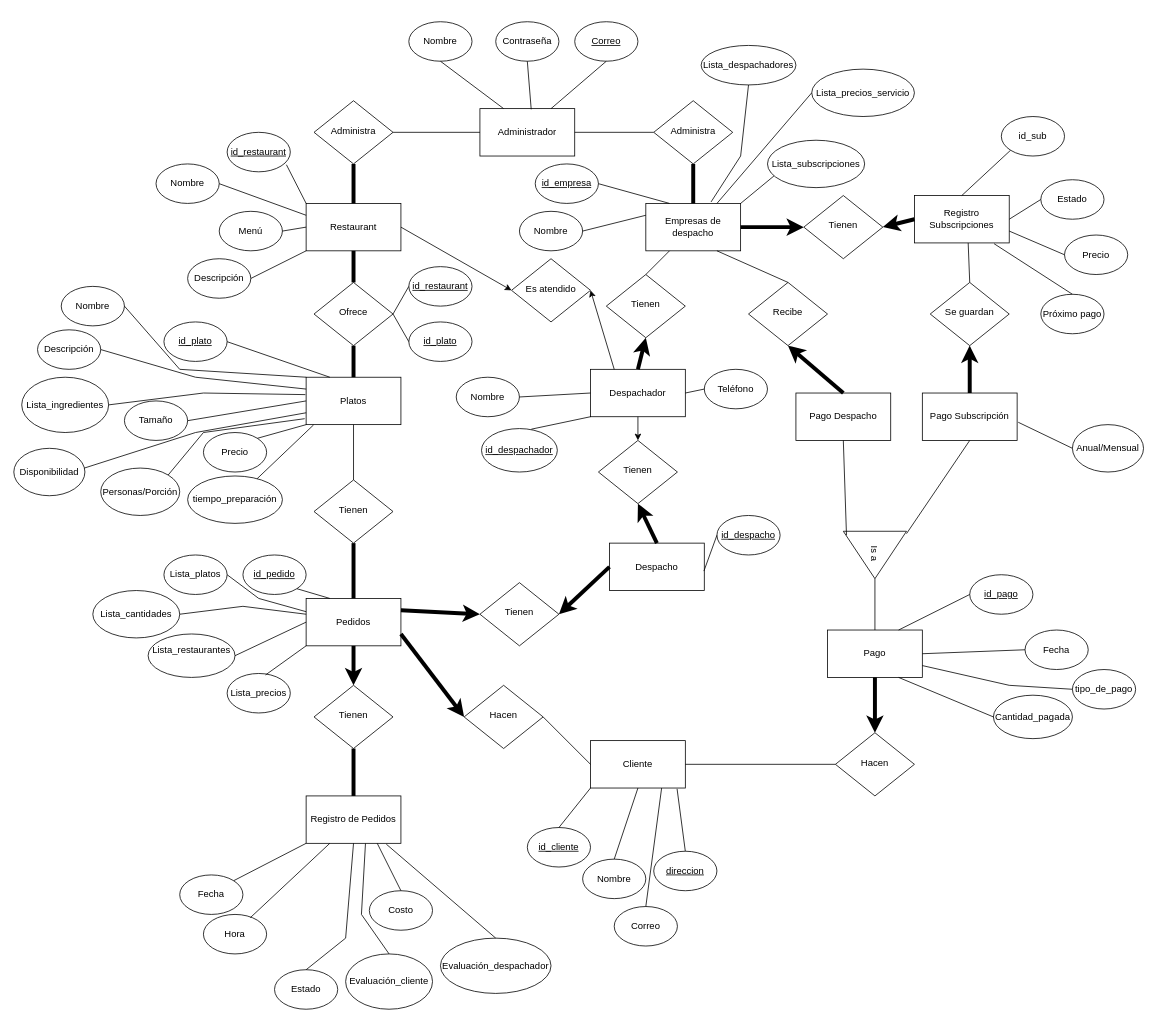
jialonsoc/Proograma1 keeps this draw.io diagram as Diagrama E/R BDD.drawio. Above is the earlier version. Source tidied: cells renumbered, new cells numbered last; positions are measured from the earlier drawing's top-left corner, leaving out a move shared by most shapes. Both pictures are drawn from the tidied source at 79%, with x=0, y=0 at pixel (13, 21).
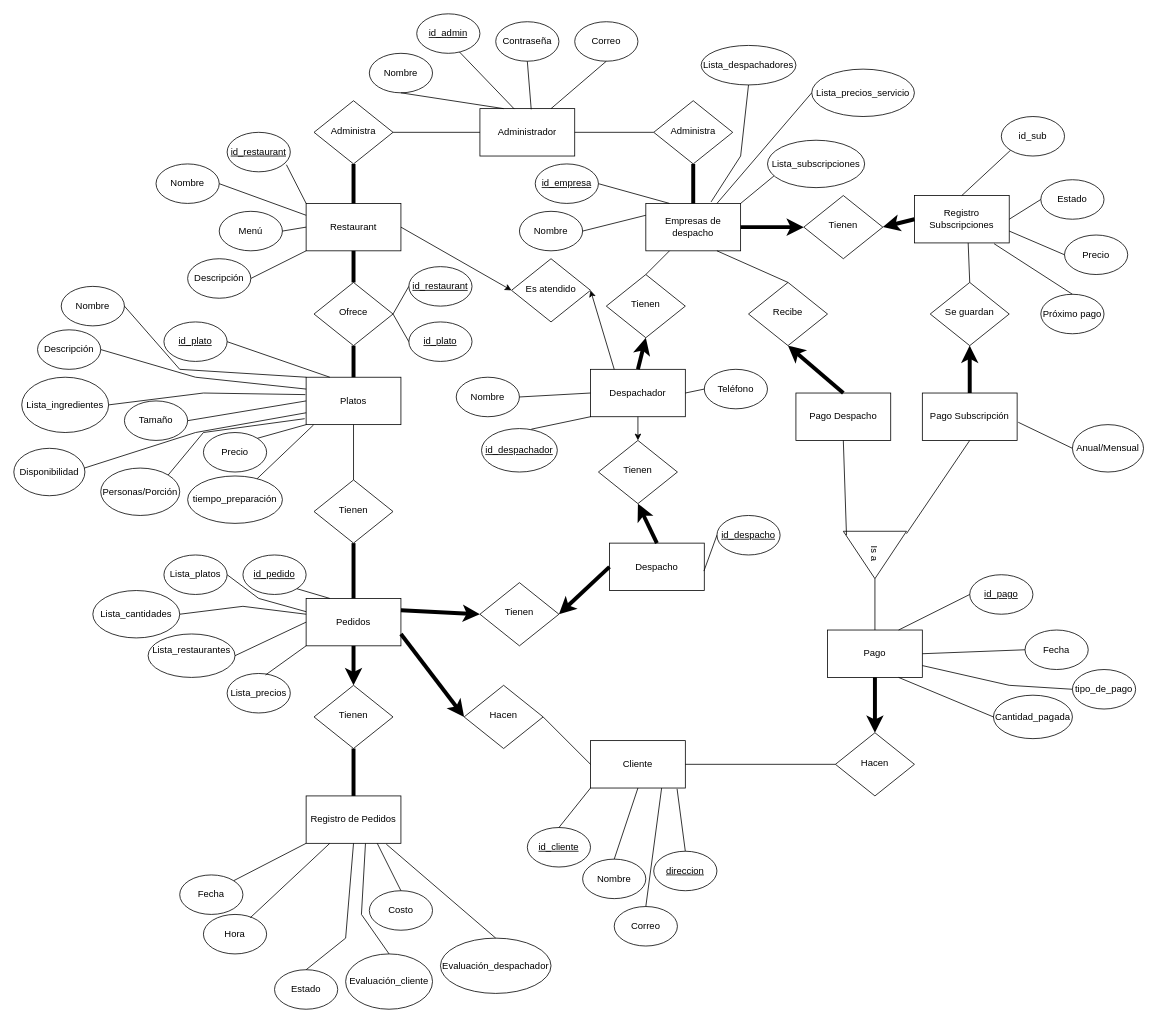
Above is the later version.

The change refers to these unchanged cells:
```xml
<mxCell id="4" value="Administrador" style="rounded=0;whiteSpace=wrap;html=1;" parent="1" vertex="1">
  <mxGeometry x="590" y="110" width="120" height="60" as="geometry" />
</mxCell>
```

Diff of the diagram source:
```diff
@@
     <mxCell id="124" value="Nombre" style="ellipse;whiteSpace=wrap;html=1;" parent="1" vertex="1">
-      <mxGeometry x="500" width="80" height="50" as="geometry" />
+      <mxGeometry x="450" y="40" width="80" height="50" as="geometry" />
     </mxCell>
@@
-    <mxCell id="126" value="&lt;u&gt;Correo&lt;/u&gt;" style="ellipse;whiteSpace=wrap;html=1;" parent="1" vertex="1">
+    <mxCell id="126" value="Correo" style="ellipse;whiteSpace=wrap;html=1;" parent="1" vertex="1">
       <mxGeometry x="710" width="80" height="50" as="geometry" />
     </mxCell>
@@
+    <mxCell id="164" style="endArrow=none;html=1;rounded=0;entryX=0.363;entryY=0.009;entryDx=0;entryDy=0;entryPerimeter=0;exitX=0.67;exitY=0.955;exitDx=0;exitDy=0;exitPerimeter=0;" parent="1" edge="1" source="165" target="4">
+      <mxGeometry relative="1" as="geometry" />
+    </mxCell>
+    <mxCell id="165" value="&lt;u&gt;id_admin&lt;/u&gt;" style="ellipse;whiteSpace=wrap;html=1;" parent="1" vertex="1">
+      <mxGeometry x="510" y="-10" width="80" height="50" as="geometry" />
+    </mxCell>
```
